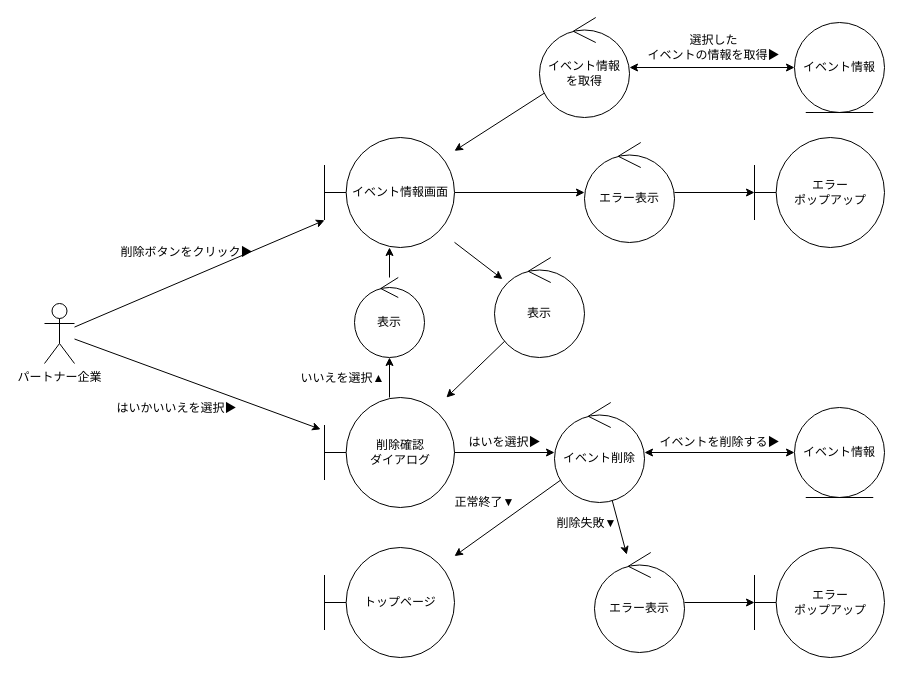
Before: page "イベント削除" (4 of 11) of out/ロバストネス図/パートナー企業-ロバストネス図.drawio in ksw2270227/GroupF, a draw.io diagram. Source tidied: cells renumbered, new cells numbered last; positions are measured from the earlier drawing's top-left corner, leaving out a move shared by most shapes. Both pictures are drawn from the tidied source at 100%, with x=0, y=0 at pixel (44, 17).
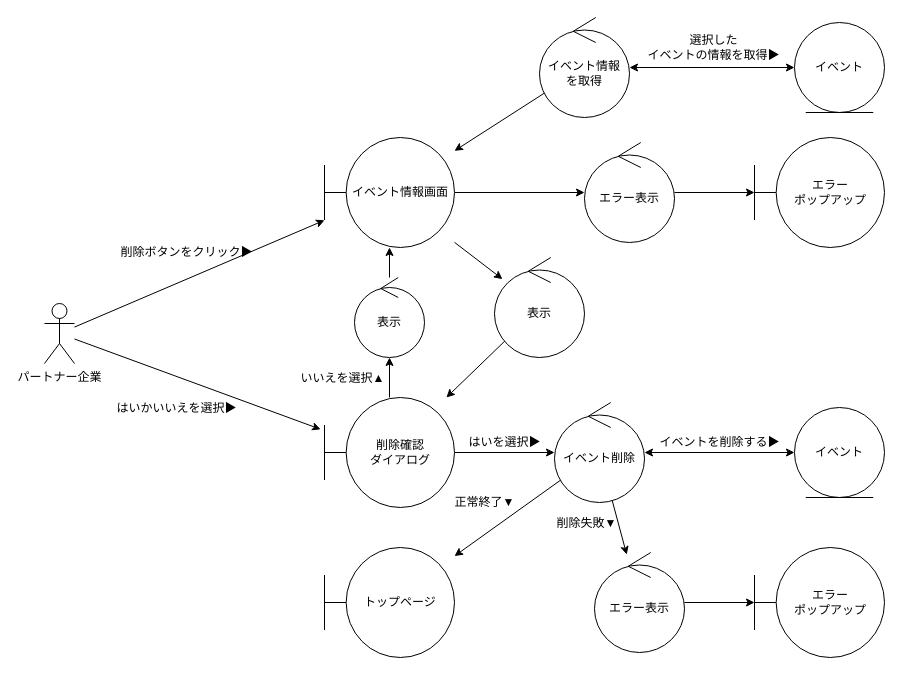
The same page after the edit.

Diff of the diagram source:
```diff
@@
-    <mxCell id="11" value="イベント情報" style="ellipse;shape=umlEntity;whiteSpace=wrap;html=1;" parent="1" vertex="1">
+    <mxCell id="11" value="イベント" style="ellipse;shape=umlEntity;whiteSpace=wrap;html=1;" parent="1" vertex="1">
       <mxGeometry x="750" y="5" width="90" height="90" as="geometry" />
     </mxCell>
@@
-    <mxCell id="35" value="イベント情報" style="ellipse;shape=umlEntity;whiteSpace=wrap;html=1;" parent="1" vertex="1">
+    <mxCell id="35" value="イベント" style="ellipse;shape=umlEntity;whiteSpace=wrap;html=1;" parent="1" vertex="1">
       <mxGeometry x="750" y="390" width="90" height="90" as="geometry" />
     </mxCell>
```
